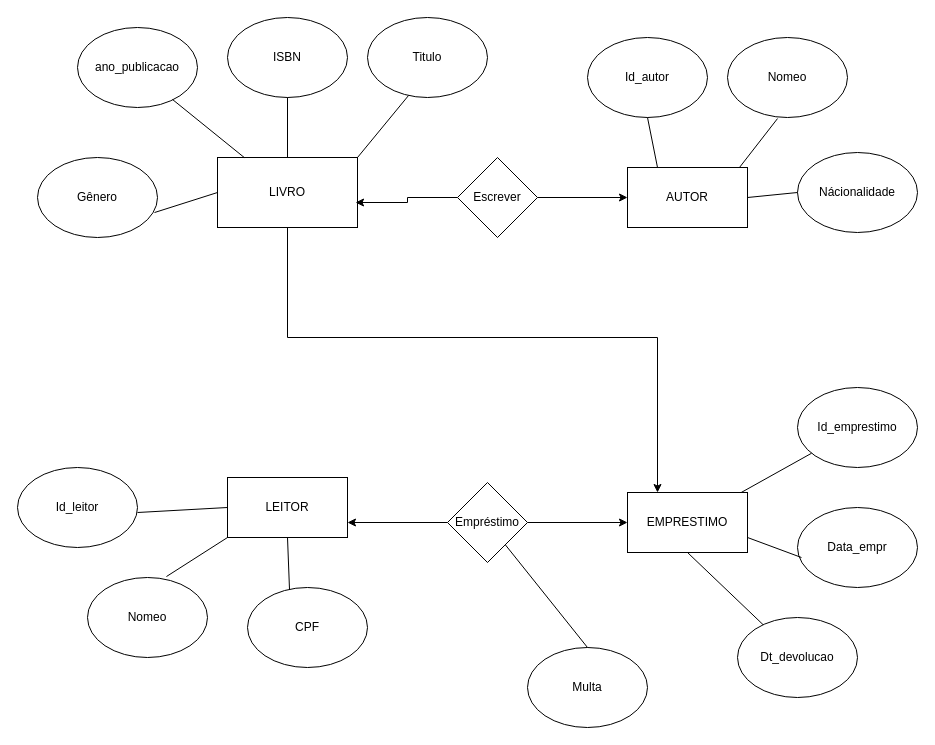
The draw.io diagram Diagrama sem nome.drawio in MSRibeiroTI/MSRibeiroTI.github.io, before the edit. Source tidied: cells renumbered, new cells numbered last; positions are measured from the earlier drawing's top-left corner, leaving out a move shared by most shapes. Both pictures are drawn from the tidied source at 100%, with x=0, y=0 at pixel (17, 17).
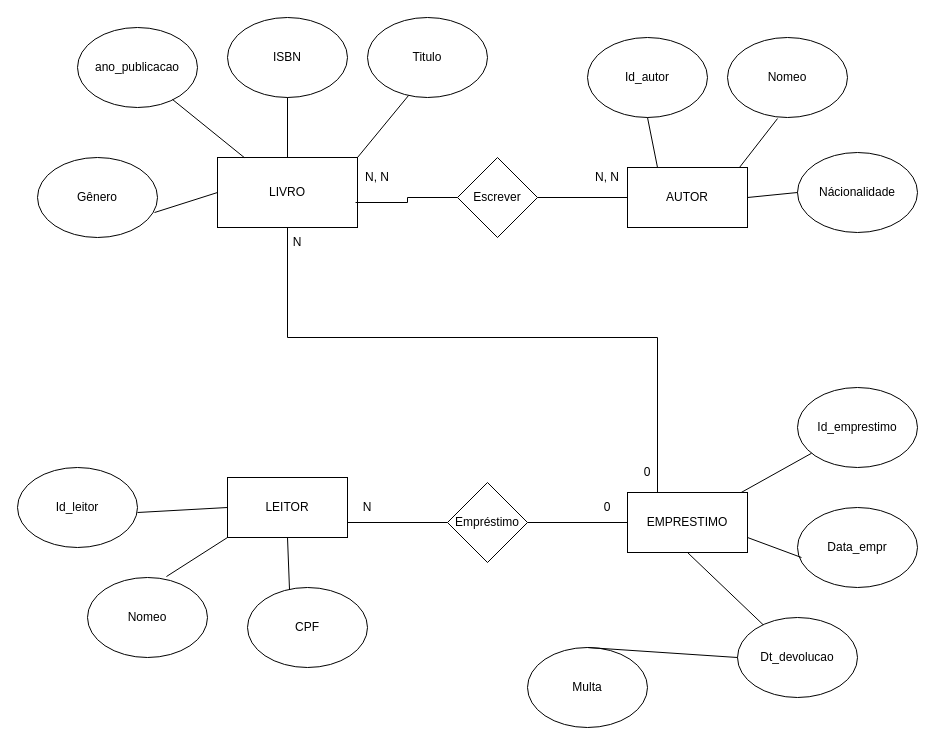
Above is the later version.

The change refers to these unchanged cells:
```xml
<mxCell id="3" value="LIVRO" style="rounded=0;whiteSpace=wrap;html=1;" parent="1" vertex="1">
  <mxGeometry x="200" y="140" width="140" height="70" as="geometry" />
</mxCell>
<mxCell id="4" value="AUTOR" style="rounded=0;whiteSpace=wrap;html=1;" parent="1" vertex="1">
  <mxGeometry x="610" y="150" width="120" height="60" as="geometry" />
</mxCell>
<mxCell id="5" value="LEITOR" style="rounded=0;whiteSpace=wrap;html=1;" parent="1" vertex="1">
  <mxGeometry x="210" y="460" width="120" height="60" as="geometry" />
</mxCell>
<mxCell id="6" value="EMPRESTIMO" style="rounded=0;whiteSpace=wrap;html=1;" parent="1" vertex="1">
  <mxGeometry x="610" y="475" width="120" height="60" as="geometry" />
</mxCell>
<mxCell id="26" value="Dt_devolucao" style="ellipse;whiteSpace=wrap;html=1;" parent="1" vertex="1">
  <mxGeometry x="720" y="600" width="120" height="80" as="geometry" />
</mxCell>
<mxCell id="27" value="Multa" style="ellipse;whiteSpace=wrap;html=1;" parent="1" vertex="1">
  <mxGeometry x="510" y="630" width="120" height="80" as="geometry" />
</mxCell>
<mxCell id="36" value="Escrever" style="rhombus;whiteSpace=wrap;html=1;" parent="1" vertex="1">
  <mxGeometry x="440" y="140" width="80" height="80" as="geometry" />
</mxCell>
<mxCell id="39" value="Empréstimo" style="rhombus;whiteSpace=wrap;html=1;" parent="1" vertex="1">
  <mxGeometry x="430" y="465" width="80" height="80" as="geometry" />
</mxCell>
```

What changed in the source:
```diff
@@
-    <mxCell id="2" style="edgeStyle=orthogonalEdgeStyle;rounded=0;jettySize=auto;html=1;entryX=0.25;entryY=0;entryDx=0;entryDy=0;shadow=0;flowAnimation=1;verticalAlign=middle;textShadow=0;labelBorderColor=none;labelBackgroundColor=default;" parent="1" edge="1" source="3" target="6">
+    <mxCell id="2" style="edgeStyle=orthogonalEdgeStyle;rounded=0;jettySize=auto;html=1;entryX=0.25;entryY=0;entryDx=0;entryDy=0;shadow=0;flowAnimation=1;verticalAlign=middle;textShadow=0;labelBorderColor=none;labelBackgroundColor=default;endArrow=none;endFill=0;" parent="1" edge="1" source="3" target="6">
       <mxGeometry relative="1" as="geometry">
         <Array as="points">
           <mxPoint x="270" y="320" />
           <mxPoint x="640" y="320" />
         </Array>
       </mxGeometry>
     </mxCell>
@@
-    <mxCell id="31" style="endArrow=none;html=1;rounded=0;exitX=0.5;exitY=0;exitDx=0;exitDy=0;" parent="1" edge="1" source="27" target="39">
+    <mxCell id="31" style="endArrow=none;html=1;rounded=0;exitX=0.5;exitY=0;exitDx=0;exitDy=0;entryX=0;entryY=0.5;entryDx=0;entryDy=0;" parent="1" edge="1" source="27" target="26">
       <mxGeometry relative="1" as="geometry" />
     </mxCell>
@@
-    <mxCell id="35" style="edgeStyle=orthogonalEdgeStyle;rounded=0;jettySize=auto;html=1;" parent="1" edge="1" source="36" target="4">
+    <mxCell id="35" style="edgeStyle=orthogonalEdgeStyle;rounded=0;jettySize=auto;html=1;endArrow=none;endFill=0;" parent="1" edge="1" source="36" target="4">
       <mxGeometry relative="1" as="geometry" />
     </mxCell>
@@
-    <mxCell id="37" style="edgeStyle=orthogonalEdgeStyle;rounded=0;jettySize=auto;html=1;entryX=1;entryY=0.75;entryDx=0;entryDy=0;" parent="1" edge="1" source="39" target="5">
+    <mxCell id="37" style="edgeStyle=orthogonalEdgeStyle;rounded=0;jettySize=auto;html=1;entryX=1;entryY=0.75;entryDx=0;entryDy=0;endArrow=none;endFill=0;" parent="1" edge="1" source="39" target="5">
       <mxGeometry relative="1" as="geometry" />
     </mxCell>
-    <mxCell id="38" style="edgeStyle=orthogonalEdgeStyle;rounded=0;jettySize=auto;html=1;entryX=0;entryY=0.5;entryDx=0;entryDy=0;" parent="1" edge="1" source="39" target="6">
+    <mxCell id="38" style="edgeStyle=orthogonalEdgeStyle;rounded=0;jettySize=auto;html=1;entryX=0;entryY=0.5;entryDx=0;entryDy=0;endArrow=none;endFill=0;" parent="1" edge="1" source="39" target="6">
       <mxGeometry relative="1" as="geometry" />
     </mxCell>
@@
-    <mxCell id="40" style="edgeStyle=orthogonalEdgeStyle;rounded=0;jettySize=auto;html=1;entryX=0.986;entryY=0.643;entryDx=0;entryDy=0;entryPerimeter=0;" parent="1" edge="1" source="36" target="3">
+    <mxCell id="40" style="edgeStyle=orthogonalEdgeStyle;rounded=0;jettySize=auto;html=1;entryX=0.986;entryY=0.643;entryDx=0;entryDy=0;entryPerimeter=0;endArrow=none;endFill=0;" parent="1" edge="1" source="36" target="3">
       <mxGeometry relative="1" as="geometry" />
     </mxCell>
+    <mxCell id="41" value="N, N" style="text;html=1;strokeColor=none;fillColor=none;align=center;verticalAlign=middle;whiteSpace=wrap;overflow=hidden;" parent="1" vertex="1">
+      <mxGeometry x="550" y="150" width="80" height="20" as="geometry" />
+    </mxCell>
+    <mxCell id="42" value="N, N" style="text;html=1;strokeColor=none;fillColor=none;align=center;verticalAlign=middle;whiteSpace=wrap;overflow=hidden;" parent="1" vertex="1">
+      <mxGeometry x="320" y="150" width="80" height="20" as="geometry" />
+    </mxCell>
+    <mxCell id="43" value="N" style="text;html=1;strokeColor=none;fillColor=none;align=center;verticalAlign=middle;whiteSpace=wrap;overflow=hidden;" parent="1" vertex="1">
+      <mxGeometry x="310" y="480" width="80" height="20" as="geometry" />
+    </mxCell>
+    <mxCell id="44" value="0" style="text;html=1;strokeColor=none;fillColor=none;align=center;verticalAlign=middle;whiteSpace=wrap;overflow=hidden;" parent="1" vertex="1">
+      <mxGeometry x="550" y="480" width="80" height="20" as="geometry" />
+    </mxCell>
+    <mxCell id="45" value="0" style="text;html=1;strokeColor=none;fillColor=none;align=center;verticalAlign=middle;whiteSpace=wrap;overflow=hidden;" parent="1" vertex="1">
+      <mxGeometry x="590" y="445" width="80" height="20" as="geometry" />
+    </mxCell>
+    <mxCell id="46" value="N" style="text;html=1;strokeColor=none;fillColor=none;align=center;verticalAlign=middle;whiteSpace=wrap;overflow=hidden;" parent="1" vertex="1">
+      <mxGeometry x="240" y="215" width="80" height="20" as="geometry" />
+    </mxCell>
```
